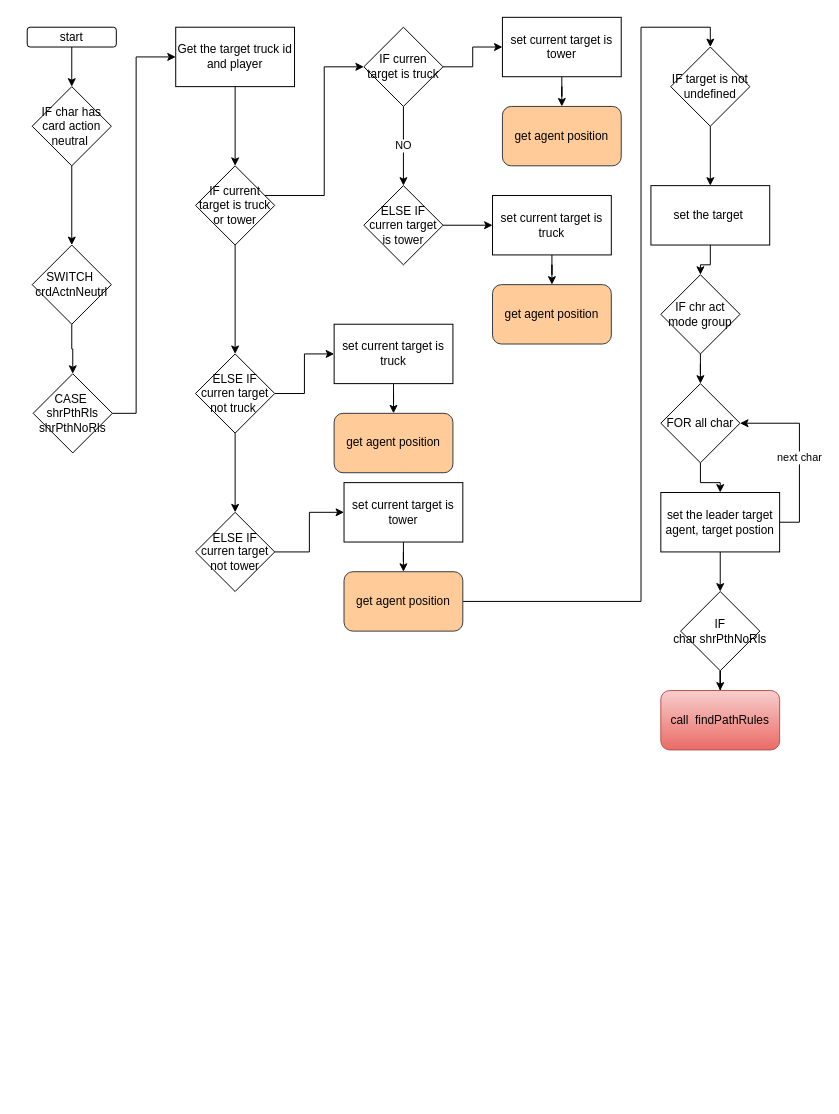
The draw.io diagram card/setCrdActnNeutrl.drawio in sivagit/diagrams, before the edit. Source tidied: cells renumbered, new cells numbered last; positions are measured from the earlier drawing's top-left corner, leaving out a move shared by most shapes. Both pictures are drawn from the tidied source at 99%, with x=0, y=0 at pixel (27, 17).
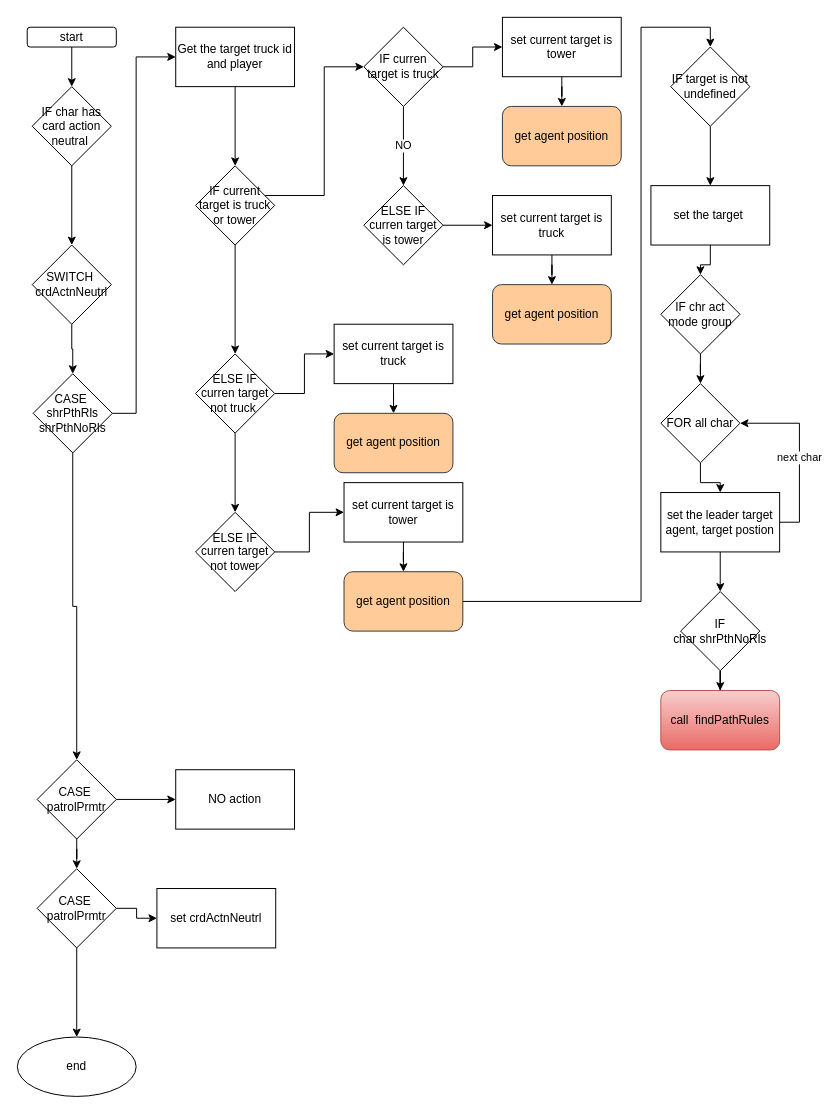
The same page after the edit.

The change refers to these unchanged cells:
```xml
<mxCell id="9" value="CASE&amp;nbsp;&lt;br&gt;shrPthRls&lt;br&gt;shrPthNoRls" style="rhombus;whiteSpace=wrap;html=1;" parent="1" vertex="1">
  <mxGeometry x="6" y="360" width="80" height="80" as="geometry" />
</mxCell>
```

Change to the diagram source:
```diff
@@
+    <mxCell id="53" style="edgeStyle=orthogonalEdgeStyle;rounded=0;jettySize=auto;html=1;" parent="1" edge="1" source="9" target="56">
+      <mxGeometry relative="1" as="geometry" />
+    </mxCell>
@@
+    <mxCell id="54" style="edgeStyle=orthogonalEdgeStyle;rounded=0;jettySize=auto;html=1;" parent="1" edge="1" source="56" target="57">
+      <mxGeometry relative="1" as="geometry" />
+    </mxCell>
+    <mxCell id="55" style="edgeStyle=orthogonalEdgeStyle;rounded=0;jettySize=auto;html=1;" parent="1" edge="1" source="56" target="60">
+      <mxGeometry relative="1" as="geometry" />
+    </mxCell>
+    <mxCell id="56" value="CASE&amp;nbsp;&lt;br&gt;patrolPrmtr&lt;br&gt;" style="rhombus;whiteSpace=wrap;html=1;" parent="1" vertex="1">
+      <mxGeometry x="10" y="750" width="80" height="80" as="geometry" />
+    </mxCell>
+    <mxCell id="57" value="NO action" style="whiteSpace=wrap;html=1;" parent="1" vertex="1">
+      <mxGeometry x="150" y="760" width="120" height="60" as="geometry" />
+    </mxCell>
+    <mxCell id="58" style="edgeStyle=orthogonalEdgeStyle;rounded=0;jettySize=auto;html=1;" parent="1" edge="1" source="60" target="61">
+      <mxGeometry relative="1" as="geometry" />
+    </mxCell>
+    <mxCell id="59" style="edgeStyle=orthogonalEdgeStyle;rounded=0;jettySize=auto;html=1;" parent="1" edge="1" source="60" target="62">
+      <mxGeometry relative="1" as="geometry" />
+    </mxCell>
+    <mxCell id="60" value="CASE&amp;nbsp;&lt;br&gt;patrolPrmtr&lt;br&gt;" style="rhombus;whiteSpace=wrap;html=1;" parent="1" vertex="1">
+      <mxGeometry x="10" y="860" width="80" height="80" as="geometry" />
+    </mxCell>
+    <mxCell id="61" value="set crdActnNeutrl" style="whiteSpace=wrap;html=1;" parent="1" vertex="1">
+      <mxGeometry x="131" y="880" width="120" height="60" as="geometry" />
+    </mxCell>
+    <mxCell id="62" value="end" style="ellipse;whiteSpace=wrap;html=1;" parent="1" vertex="1">
+      <mxGeometry x="-10" y="1030" width="120" height="60" as="geometry" />
+    </mxCell>
```
